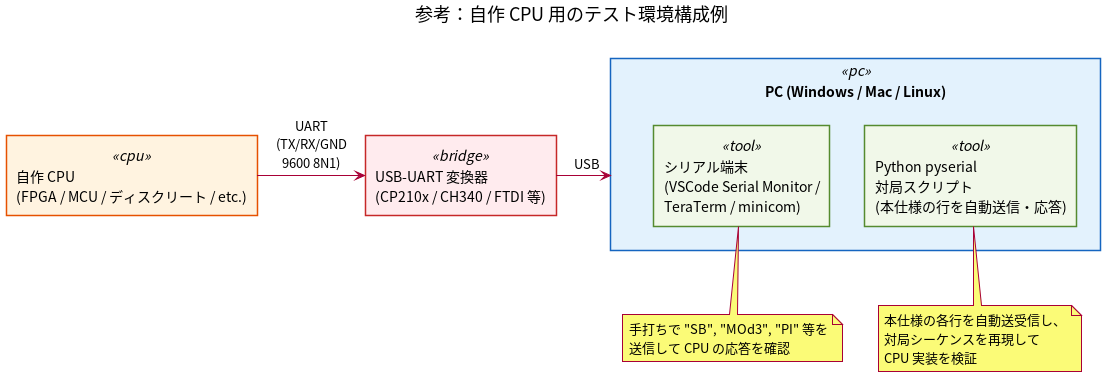
open-tommie/reversi-uart-protocol keeps this PlantUML diagram as test-setup.png. Above is the earlier version. Its source is kept beside it as test-setup.puml.
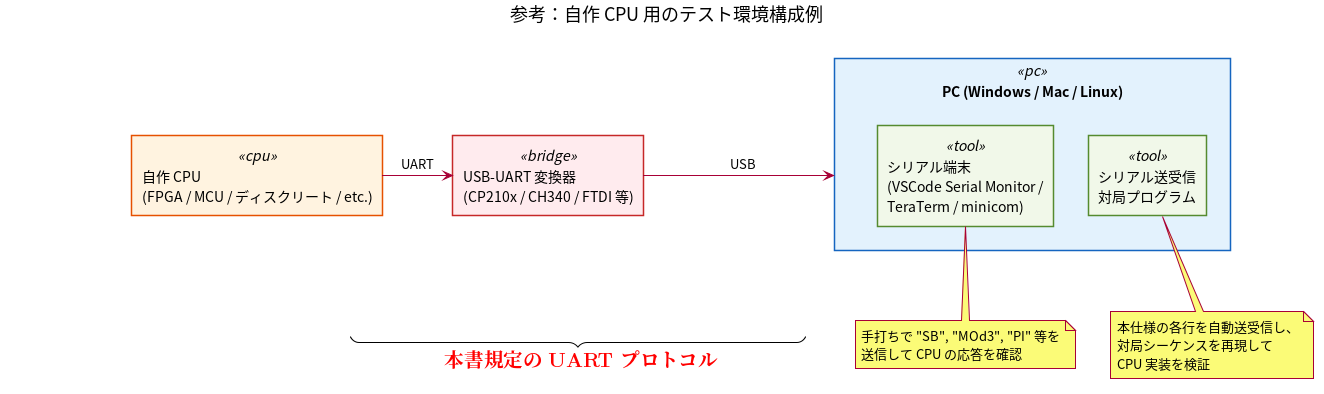
The same file after the commit.

Change to the diagram source:
```diff
@@ -3,6 +3,7 @@
 
 skinparam shadowing false
 skinparam componentStyle rectangle
+hide <<plain>> stereotype
 
 skinparam rectangle {
     BackgroundColor<<cpu>> #FFF3E0
@@ -13,6 +14,9 @@
     BorderColor<<pc>> #1565C0
     BackgroundColor<<tool>> #F1F8E9
     BorderColor<<tool>> #558B2F
+    BackgroundColor<<plain>> transparent
+    BorderColor<<plain>> transparent
+    Shadowing<<plain>> false
 }
 
 rectangle "自作 CPU\n(FPGA / MCU / ディスクリート / etc.)" as cpu <<cpu>>
@@ -21,11 +25,14 @@
 
 rectangle "PC (Windows / Mac / Linux)" as pc <<pc>> {
   rectangle "シリアル端末\n(VSCode Serial Monitor /\n TeraTerm / minicom)" as term <<tool>>
-  rectangle "Python pyserial\n対局スクリプト\n(本仕様の行を自動送信・応答)" as pyser <<tool>>
+  rectangle "シリアル送受信\n対局プログラム" as pyser <<tool>>
 }
 
-cpu -right-> bridge : UART\n(TX/RX/GND\n9600 8N1)
+cpu -right-> bridge : UART
 bridge -right-> pc : USB
+
+rectangle "<latex>\phantom{XXXXXXXXXXXXXXXXXX}\underbrace{\phantom{XXXXXXXXXXXXXXXXXXXXXXXXX}}_{\textcolor{red}{\textbf{\Large 本書規定の UART プロトコル}}}</latex>" as proto <<plain>>
+bridge -[hidden]down- proto
 
 note bottom of term
   手打ちで "SB", "MOd3", "PI" 等を
```
